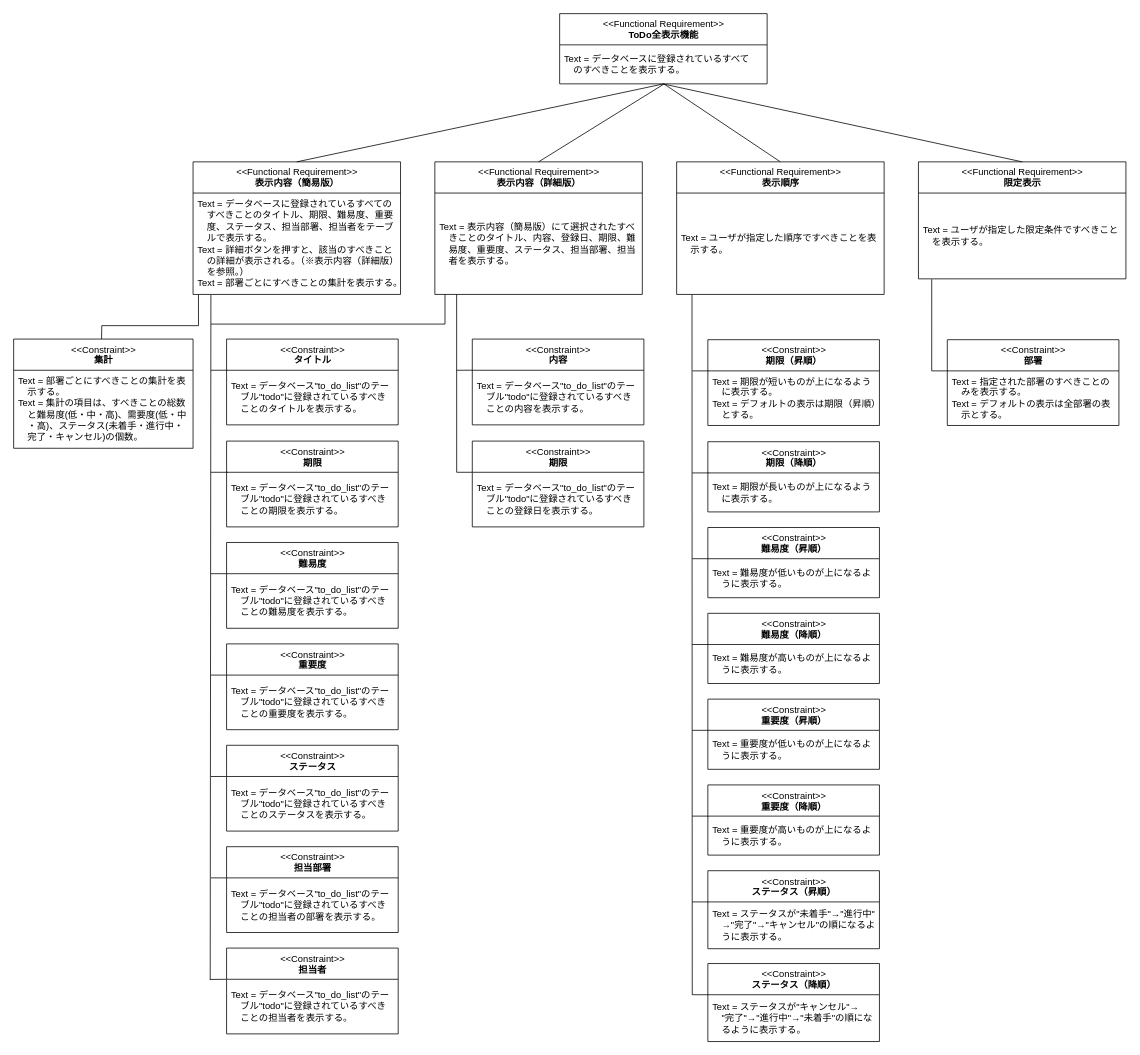
RRRYOOO/portfolio keeps this draw.io diagram as portfolio03/01/requirement_definition/requirement/portfolio03_01_requirement_todo_show_all.drawio. Above is the earlier version. Source tidied: cells renumbered, new cells numbered last; positions are measured from the earlier drawing's top-left corner, leaving out a move shared by most shapes. Both pictures are drawn from the tidied source at 78%, with x=0, y=0 at pixel (13, 13).
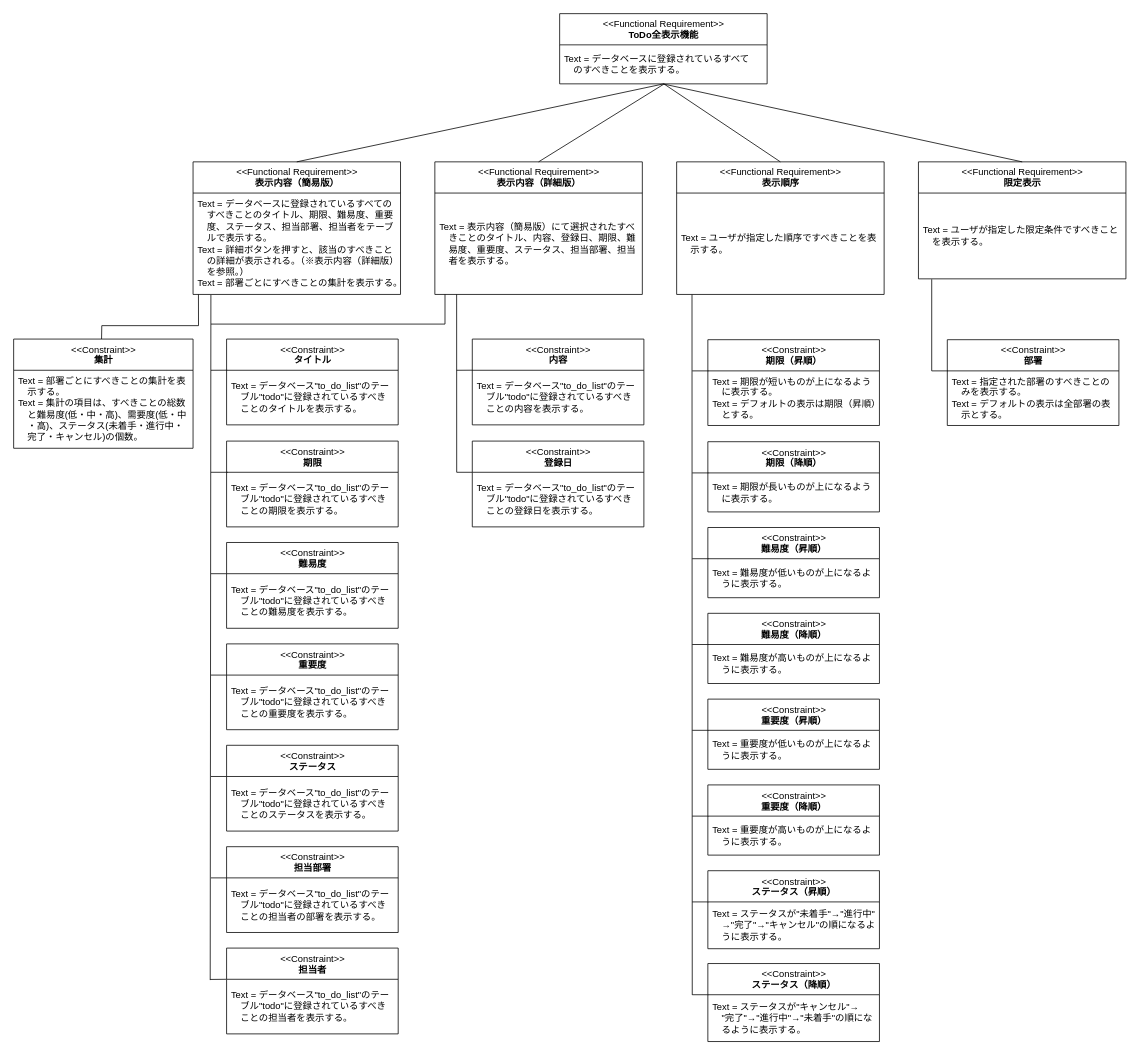
Above is the later version.

Commit message (it also covers changes not shown here):
clerical error correction.

The change refers to these unchanged cells:
```xml
<mxCell id="33" style="group;" parent="1" vertex="1">
  <mxGeometry x="250" y="190" width="558" height="450" as="geometry" />
</mxCell>
```

What changed in the source:
```diff
@@
-    <mxCell id="40" value="&amp;lt;&amp;lt;Constraint&amp;gt;&amp;gt;&lt;br&gt;&lt;b&gt;期限&lt;/b&gt;" style="swimlane;fontStyle=0;align=center;verticalAlign=top;horizontal=1;startSize=40;html=1;" parent="33" vertex="1">
+    <mxCell id="40" value="&amp;lt;&amp;lt;Constraint&amp;gt;&amp;gt;&lt;br&gt;&lt;b&gt;登録日&lt;/b&gt;" style="swimlane;fontStyle=0;align=center;verticalAlign=top;horizontal=1;startSize=40;html=1;" parent="33" vertex="1">
       <mxGeometry x="338" y="358" width="220" height="110" as="geometry" />
     </mxCell>
```
